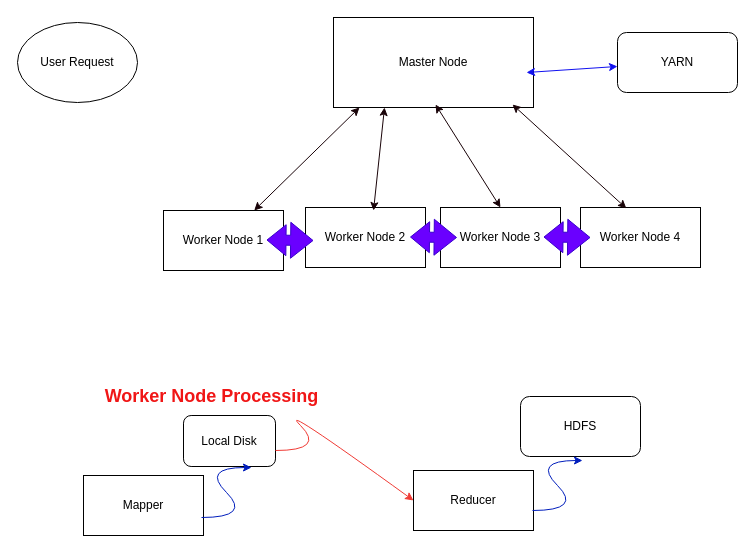
Before: hadoop.drawio in sammedtech/DataEngineering, a draw.io diagram. Source tidied: cells renumbered, new cells numbered last; positions are measured from the earlier drawing's top-left corner, leaving out a move shared by most shapes. Both pictures are drawn from the tidied source at 100%, with x=0, y=0 at pixel (17, 17).
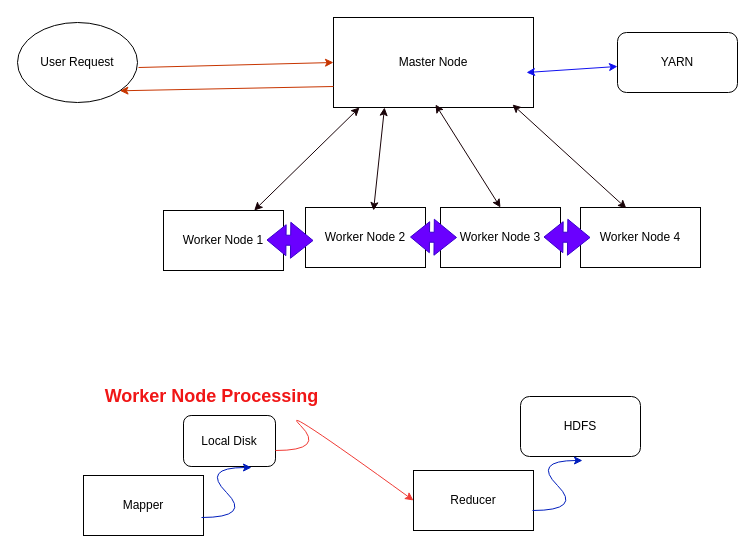
Above is the later version.

The change refers to these unchanged cells:
```xml
<mxCell id="2" value="User Request" style="ellipse;whiteSpace=wrap;html=1;" parent="1" vertex="1">
  <mxGeometry y="5" width="120" height="80" as="geometry" />
</mxCell>
<mxCell id="3" value="Master Node" style="rounded=0;whiteSpace=wrap;html=1;" parent="1" vertex="1">
  <mxGeometry x="316" width="200" height="90" as="geometry" />
</mxCell>
```

The edit, as a diff of the source:
```diff
@@
+    <mxCell id="25" style="endArrow=classic;html=1;rounded=0;entryX=0;entryY=0.5;entryDx=0;entryDy=0;fillColor=#fa6800;strokeColor=#C73500;" parent="1" edge="1" target="3">
+      <mxGeometry relative="1" as="geometry">
+        <mxPoint x="121" y="50" as="sourcePoint" />
+      </mxGeometry>
+    </mxCell>
+    <mxCell id="26" style="endArrow=classic;html=1;rounded=0;entryX=1;entryY=1;entryDx=0;entryDy=0;fillColor=#fa6800;strokeColor=#C73500;" parent="1" edge="1" target="2">
+      <mxGeometry relative="1" as="geometry">
+        <mxPoint x="316" y="69" as="sourcePoint" />
+      </mxGeometry>
+    </mxCell>
```
